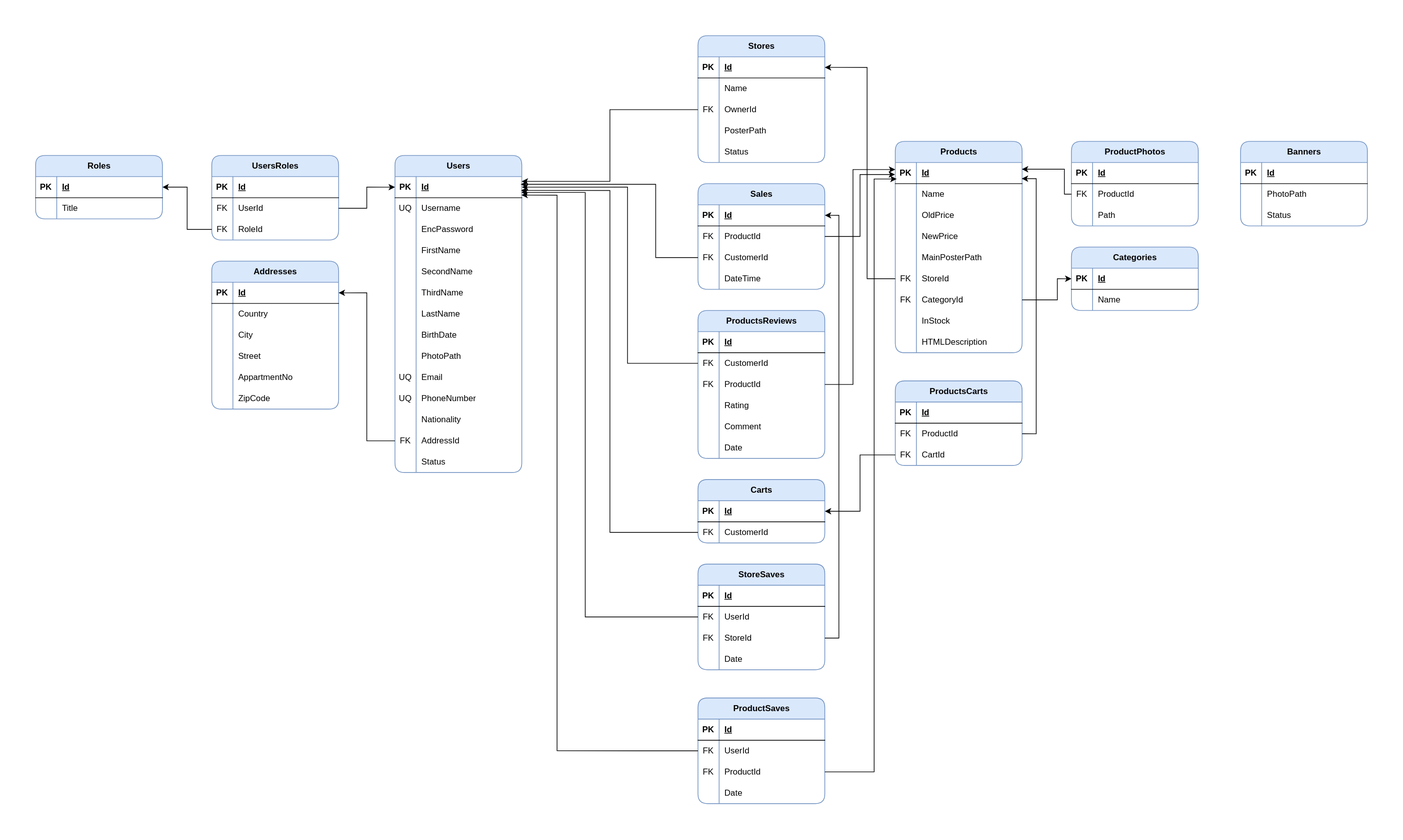
masalah-tech/MaShops keeps this draw.io diagram as MaShops/attachments/db_scheme.svg. Above is the earlier version. Source tidied: cells renumbered, new cells last; positions are measured from the earlier drawing's top-left corner, leaving out a move shared by most shapes.
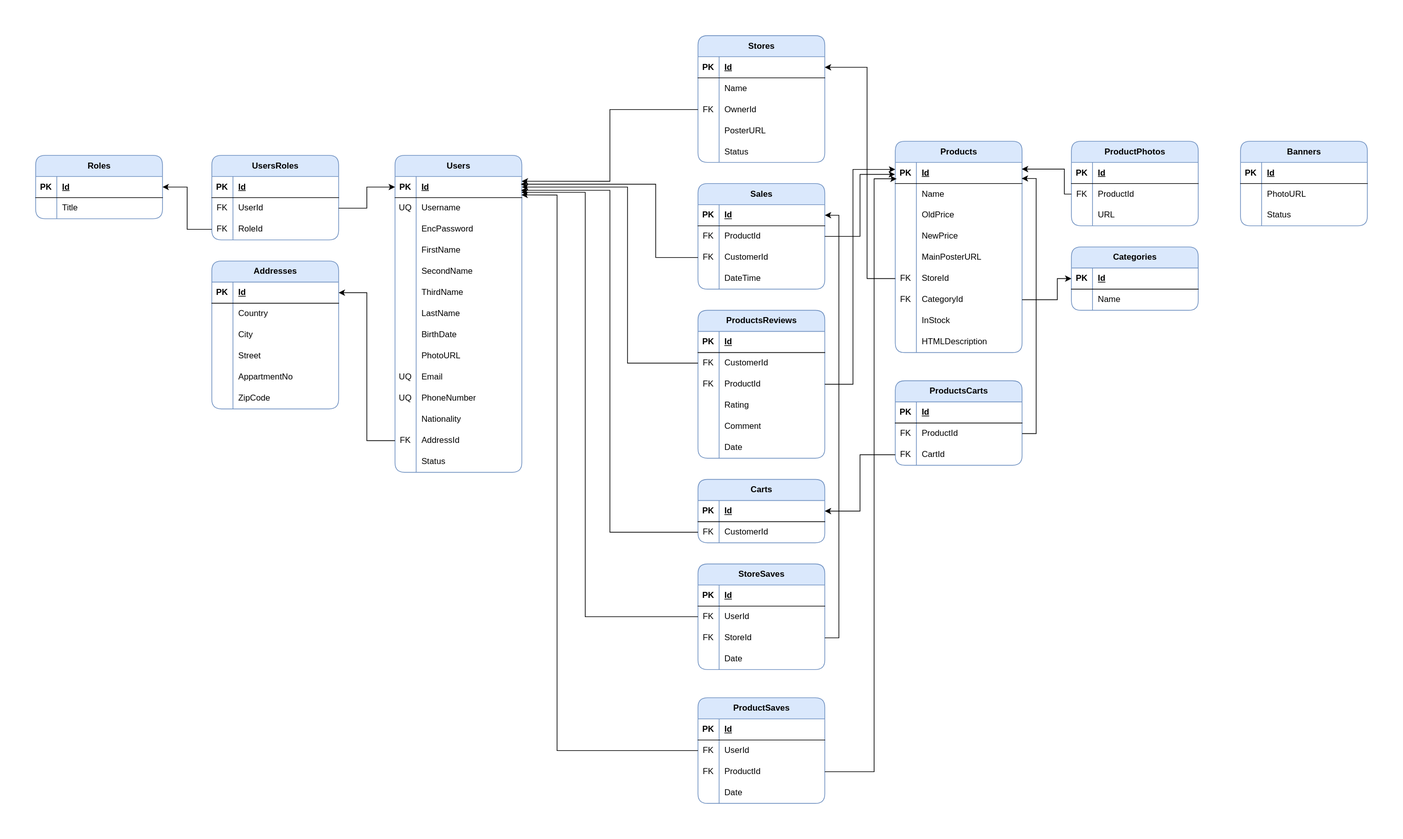
Above is the later version.

Diff of the diagram source:
```diff
@@ -38,7 +38,7 @@
     <mxCell id="13" style="shape=partialRectangle;fillColor=none;top=0;left=0;bottom=0;right=0;overflow=hidden;whiteSpace=wrap;html=1;" parent="12" vertex="1">
       <mxGeometry width="30" height="30" as="geometry" />
     </mxCell>
-    <mxCell id="14" value="PosterPath" style="shape=partialRectangle;fillColor=none;top=0;left=0;bottom=0;right=0;align=left;spacingLeft=6;overflow=hidden;whiteSpace=wrap;html=1;" parent="12" vertex="1">
+    <mxCell id="14" value="PosterURL" style="shape=partialRectangle;fillColor=none;top=0;left=0;bottom=0;right=0;align=left;spacingLeft=6;overflow=hidden;whiteSpace=wrap;html=1;" parent="12" vertex="1">
       <mxGeometry x="30" width="150" height="30" as="geometry" />
     </mxCell>
     <mxCell id="15" style="shape=tableRow;horizontal=0;startSize=0;swimlaneHead=0;swimlaneBody=0;fillColor=none;top=0;left=0;right=0;bottom=0;" parent="2" vertex="1">
@@ -95,7 +95,7 @@
     <mxCell id="32" style="shape=partialRectangle;fillColor=none;top=0;left=0;bottom=0;right=0;overflow=hidden;whiteSpace=wrap;html=1;" parent="31" vertex="1">
       <mxGeometry width="30" height="30" as="geometry" />
     </mxCell>
-    <mxCell id="33" value="MainPosterPath" style="shape=partialRectangle;fillColor=none;top=0;left=0;bottom=0;right=0;align=left;spacingLeft=6;overflow=hidden;whiteSpace=wrap;html=1;" parent="31" vertex="1">
+    <mxCell id="33" value="MainPosterURL" style="shape=partialRectangle;fillColor=none;top=0;left=0;bottom=0;right=0;align=left;spacingLeft=6;overflow=hidden;whiteSpace=wrap;html=1;" parent="31" vertex="1">
       <mxGeometry x="30" width="150" height="30" as="geometry" />
     </mxCell>
     <mxCell id="34" style="shape=tableRow;horizontal=0;startSize=0;swimlaneHead=0;swimlaneBody=0;fillColor=none;points=[[0,0.5],[1,0.5]];portConstraint=eastwest;top=0;left=0;right=0;bottom=0;" parent="18" vertex="1">
@@ -200,7 +200,7 @@
     <mxCell id="67" style="shape=partialRectangle;fillColor=none;top=0;left=0;bottom=0;right=0;overflow=hidden;whiteSpace=wrap;html=1;" parent="66" vertex="1">
       <mxGeometry width="30" height="30" as="geometry" />
     </mxCell>
-    <mxCell id="68" value="Path" style="shape=partialRectangle;fillColor=none;top=0;left=0;bottom=0;right=0;align=left;spacingLeft=6;overflow=hidden;whiteSpace=wrap;html=1;" parent="66" vertex="1">
+    <mxCell id="68" value="URL" style="shape=partialRectangle;fillColor=none;top=0;left=0;bottom=0;right=0;align=left;spacingLeft=6;overflow=hidden;whiteSpace=wrap;html=1;" parent="66" vertex="1">
       <mxGeometry x="30" width="150" height="30" as="geometry" />
     </mxCell>
     <mxCell id="69" value="ProductsCarts" style="shape=table;startSize=30;rowLines=0;fontStyle=1;align=center;html=1;fillColor=#dae8fc;strokeColor=#6c8ebf;rounded=1;swimlaneLine=1;shadow=0;" parent="1" vertex="1">
@@ -567,7 +567,7 @@
     <mxCell id="186" style="shape=partialRectangle;fillColor=none;top=0;left=0;bottom=0;right=0;overflow=hidden;whiteSpace=wrap;html=1;" parent="185" vertex="1">
       <mxGeometry width="30" height="30" as="geometry" />
     </mxCell>
-    <mxCell id="187" value="PhotoPath" style="shape=partialRectangle;fillColor=none;top=0;left=0;bottom=0;right=0;align=left;spacingLeft=6;overflow=hidden;whiteSpace=wrap;html=1;" parent="185" vertex="1">
+    <mxCell id="187" value="PhotoURL" style="shape=partialRectangle;fillColor=none;top=0;left=0;bottom=0;right=0;align=left;spacingLeft=6;overflow=hidden;whiteSpace=wrap;html=1;" parent="185" vertex="1">
       <mxGeometry x="30" width="150" height="30" as="geometry" />
     </mxCell>
     <mxCell id="188" style="shape=tableRow;horizontal=0;startSize=0;swimlaneHead=0;swimlaneBody=0;fillColor=none;top=0;left=0;right=0;bottom=0;" parent="160" vertex="1">
@@ -731,7 +731,7 @@
     <mxCell id="234" style="shape=partialRectangle;fillColor=none;top=0;left=0;bottom=0;right=0;overflow=hidden;whiteSpace=wrap;html=1;" parent="233" vertex="1">
       <mxGeometry width="30" height="30" as="geometry" />
     </mxCell>
-    <mxCell id="235" value="PhotoPath" style="shape=partialRectangle;fillColor=none;top=0;left=0;bottom=0;right=0;align=left;spacingLeft=6;overflow=hidden;whiteSpace=wrap;html=1;" parent="233" vertex="1">
+    <mxCell id="235" value="PhotoURL" style="shape=partialRectangle;fillColor=none;top=0;left=0;bottom=0;right=0;align=left;spacingLeft=6;overflow=hidden;whiteSpace=wrap;html=1;" parent="233" vertex="1">
       <mxGeometry x="30" width="150" height="30" as="geometry" />
     </mxCell>
     <mxCell id="236" style="shape=tableRow;horizontal=0;startSize=0;swimlaneHead=0;swimlaneBody=0;fillColor=none;top=0;left=0;right=0;bottom=0;" parent="229" vertex="1">
```
